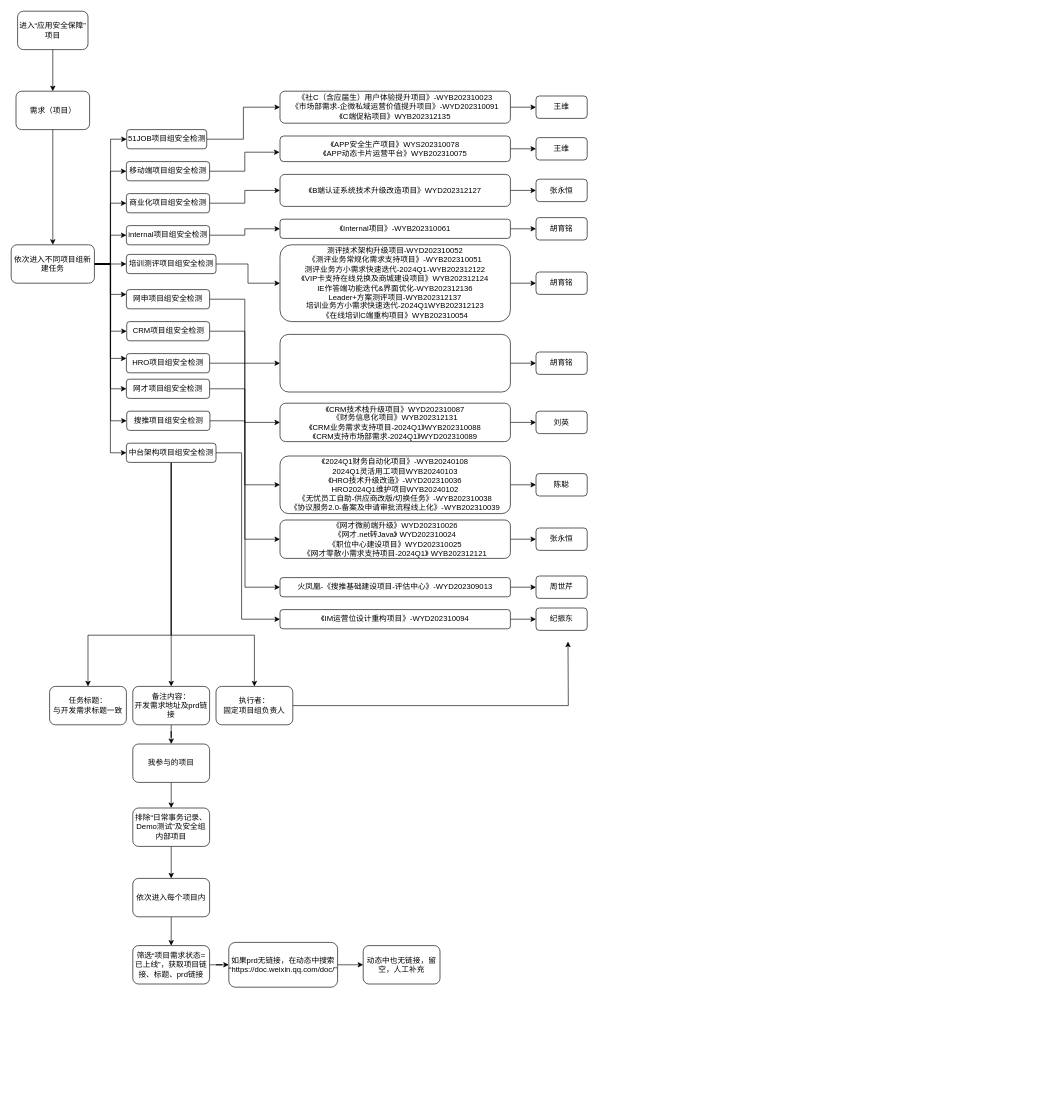
The draw.io diagram tb项目新建.drawio in grayes/draw.io, before the edit. Source tidied: cells renumbered, new cells numbered last; positions are measured from the earlier drawing's top-left corner, leaving out a move shared by most shapes. Both pictures are drawn from the tidied source at 64%, with x=0, y=0 at pixel (11, 11).
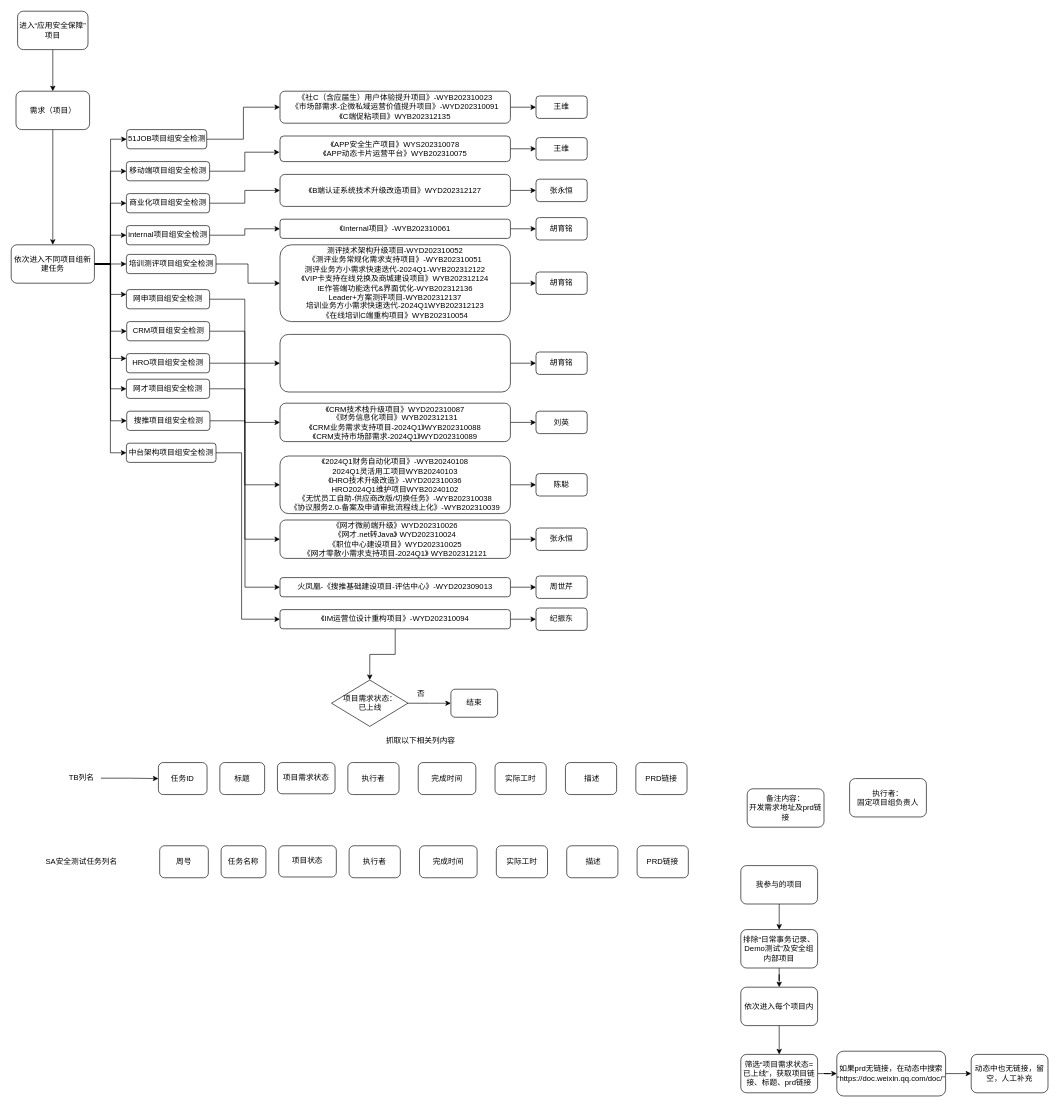
The same diagram, later.

Commit message (it also covers changes not shown here):
更新tb项目新建.drawio

The change refers to these unchanged cells:
```xml
<mxCell id="74" value="中台架构项目组安全检测" style="rounded=1;whiteSpace=wrap;html=1;" parent="1" vertex="1">
  <mxGeometry x="180" y="675" width="140" height="30" as="geometry" />
</mxCell>
<mxCell id="76" value="《IM运营位设计重构项目》-WYD202310094" style="rounded=1;whiteSpace=wrap;html=1;" parent="1" vertex="1">
  <mxGeometry x="420" y="935" width="360" height="30" as="geometry" />
</mxCell>
```

The edit, as a diff of the source:
```diff
@@
     <mxCell id="3" value="我参与的项目" style="rounded=1;whiteSpace=wrap;html=1;" parent="1" vertex="1">
-      <mxGeometry x="190" y="1145" width="120" height="60" as="geometry" />
+      <mxGeometry x="1140" y="1335" width="120" height="60" as="geometry" />
     </mxCell>
@@
     <mxCell id="5" value="排除“日常事务记录、Demo测试”及安全组内部项目" style="rounded=1;whiteSpace=wrap;html=1;" parent="1" vertex="1">
-      <mxGeometry x="190" y="1245" width="120" height="60" as="geometry" />
+      <mxGeometry x="1140" y="1435" width="120" height="60" as="geometry" />
     </mxCell>
@@
     <mxCell id="7" value="依次进入每个项目内" style="rounded=1;whiteSpace=wrap;html=1;" parent="1" vertex="1">
-      <mxGeometry x="190" y="1355" width="120" height="60" as="geometry" />
+      <mxGeometry x="1140" y="1525" width="120" height="60" as="geometry" />
     </mxCell>
@@
     <mxCell id="9" value="筛选“项目需求状态=已上线”，获取项目链接、标题、prd链接" style="rounded=1;whiteSpace=wrap;html=1;" parent="1" vertex="1">
-      <mxGeometry x="190" y="1460" width="120" height="60" as="geometry" />
+      <mxGeometry x="1140" y="1630" width="120" height="60" as="geometry" />
     </mxCell>
@@
     <mxCell id="11" value="如果prd无链接，在动态中搜索“https://doc.weixin.qq.com/doc/”" style="rounded=1;whiteSpace=wrap;html=1;" parent="1" vertex="1">
-      <mxGeometry x="340" y="1455" width="170" height="70" as="geometry" />
+      <mxGeometry x="1290" y="1625" width="170" height="70" as="geometry" />
     </mxCell>
     <mxCell id="12" value="动态中也无链接，留空，人工补充" style="rounded=1;whiteSpace=wrap;html=1;" parent="1" vertex="1">
-      <mxGeometry x="550" y="1460" width="120" height="60" as="geometry" />
+      <mxGeometry x="1500" y="1630" width="120" height="60" as="geometry" />
     </mxCell>
@@
-    <mxCell id="65" value="任务标题：&lt;br&gt;与开发需求标题一致" style="rounded=1;whiteSpace=wrap;html=1;" parent="1" vertex="1">
-      <mxGeometry x="60" y="1055" width="120" height="60" as="geometry" />
+    <mxCell id="65" value="标题" style="rounded=1;whiteSpace=wrap;html=1;" parent="1" vertex="1">
+      <mxGeometry x="326" y="1174" width="70" height="50" as="geometry" />
     </mxCell>
@@
-    <mxCell id="71" style="edgeStyle=orthogonalEdgeStyle;rounded=0;jettySize=auto;html=1;entryX=0.5;entryY=0;entryDx=0;entryDy=0;" parent="1" edge="1" source="74" target="78">
-      <mxGeometry relative="1" as="geometry" />
-    </mxCell>
-    <mxCell id="72" style="edgeStyle=orthogonalEdgeStyle;rounded=0;jettySize=auto;html=1;entryX=0.5;entryY=0;entryDx=0;entryDy=0;" parent="1" edge="1" source="74" target="65">
-      <mxGeometry relative="1" as="geometry">
-        <Array as="points">
-          <mxPoint x="250" y="975" />
-          <mxPoint x="120" y="975" />
-        </Array>
-      </mxGeometry>
-    </mxCell>
-    <mxCell id="73" style="edgeStyle=orthogonalEdgeStyle;rounded=0;jettySize=auto;html=1;" parent="1" edge="1" source="74" target="91">
-      <mxGeometry relative="1" as="geometry">
-        <Array as="points">
-          <mxPoint x="250" y="975" />
-          <mxPoint x="380" y="975" />
-        </Array>
-      </mxGeometry>
-    </mxCell>
@@
+    <mxCell id="92" style="edgeStyle=orthogonalEdgeStyle;rounded=0;jettySize=auto;html=1;entryX=0.5;entryY=0;entryDx=0;entryDy=0;" parent="1" edge="1" source="76" target="113">
+      <mxGeometry relative="1" as="geometry" />
+    </mxCell>
@@
-    <mxCell id="77" style="edgeStyle=orthogonalEdgeStyle;rounded=0;jettySize=auto;html=1;" parent="1" edge="1" source="78" target="3">
-      <mxGeometry relative="1" as="geometry" />
-    </mxCell>
     <mxCell id="78" value="备注内容：&lt;br&gt;开发需求地址及prd链接" style="rounded=1;whiteSpace=wrap;html=1;" parent="1" vertex="1">
-      <mxGeometry x="190" y="1055" width="120" height="60" as="geometry" />
+      <mxGeometry x="1150" y="1215" width="120" height="60" as="geometry" />
     </mxCell>
@@
-    <mxCell id="90" style="edgeStyle=orthogonalEdgeStyle;rounded=0;jettySize=auto;html=1;" parent="1" edge="1" source="91">
-      <mxGeometry relative="1" as="geometry">
-        <mxPoint x="870" y="985" as="targetPoint" />
-      </mxGeometry>
-    </mxCell>
     <mxCell id="91" value="执行者：&lt;br&gt;固定项目组负责人" style="rounded=1;whiteSpace=wrap;html=1;" parent="1" vertex="1">
-      <mxGeometry x="320" y="1055" width="120" height="60" as="geometry" />
+      <mxGeometry x="1310" y="1199" width="120" height="60" as="geometry" />
     </mxCell>
+    <mxCell id="93" value="任务ID" style="rounded=1;whiteSpace=wrap;html=1;" parent="1" vertex="1">
+      <mxGeometry x="230" y="1174" width="76" height="50" as="geometry" />
+    </mxCell>
+    <mxCell id="94" value="抓取以下相关列内容" style="text;html=1;align=center;verticalAlign=middle;whiteSpace=wrap;rounded=0;" parent="1" vertex="1">
+      <mxGeometry x="565" y="1125" width="150" height="30" as="geometry" />
+    </mxCell>
+    <mxCell id="95" value="项目需求状态" style="rounded=1;whiteSpace=wrap;html=1;" parent="1" vertex="1">
+      <mxGeometry x="416" y="1174" width="90" height="48.8" as="geometry" />
+    </mxCell>
+    <mxCell id="96" value="执行者" style="rounded=1;whiteSpace=wrap;html=1;" parent="1" vertex="1">
+      <mxGeometry x="526" y="1174" width="80" height="50" as="geometry" />
+    </mxCell>
+    <mxCell id="97" value="完成时间" style="rounded=1;whiteSpace=wrap;html=1;" parent="1" vertex="1">
+      <mxGeometry x="636" y="1174" width="90" height="50" as="geometry" />
+    </mxCell>
+    <mxCell id="98" value="实际工时" style="rounded=1;whiteSpace=wrap;html=1;" parent="1" vertex="1">
+      <mxGeometry x="756" y="1174" width="80" height="50" as="geometry" />
+    </mxCell>
+    <mxCell id="99" value="&amp;nbsp;描述" style="rounded=1;whiteSpace=wrap;html=1;" parent="1" vertex="1">
+      <mxGeometry x="866" y="1174" width="80" height="50" as="geometry" />
+    </mxCell>
+    <mxCell id="100" value="PRD链接" style="rounded=1;whiteSpace=wrap;html=1;" parent="1" vertex="1">
+      <mxGeometry x="976" y="1174" width="80" height="50" as="geometry" />
+    </mxCell>
+    <mxCell id="101" style="edgeStyle=orthogonalEdgeStyle;rounded=0;jettySize=auto;html=1;" parent="1" edge="1" source="102" target="93">
+      <mxGeometry relative="1" as="geometry" />
+    </mxCell>
+    <mxCell id="102" value="TB列名" style="text;html=1;align=center;verticalAlign=middle;whiteSpace=wrap;rounded=0;" parent="1" vertex="1">
+      <mxGeometry x="80" y="1183.4" width="60" height="30" as="geometry" />
+    </mxCell>
+    <mxCell id="103" value="SA安全测试任务列名" style="text;html=1;align=center;verticalAlign=middle;whiteSpace=wrap;rounded=0;" parent="1" vertex="1">
+      <mxGeometry x="50" y="1318" width="120" height="21" as="geometry" />
+    </mxCell>
+    <mxCell id="104" value="任务名称" style="rounded=1;whiteSpace=wrap;html=1;" parent="1" vertex="1">
+      <mxGeometry x="328" y="1304" width="70" height="50" as="geometry" />
+    </mxCell>
+    <mxCell id="105" value="周号" style="rounded=1;whiteSpace=wrap;html=1;" parent="1" vertex="1">
+      <mxGeometry x="232" y="1304" width="76" height="50" as="geometry" />
+    </mxCell>
+    <mxCell id="106" value="项目状态" style="rounded=1;whiteSpace=wrap;html=1;" parent="1" vertex="1">
+      <mxGeometry x="418" y="1304" width="90" height="48.8" as="geometry" />
+    </mxCell>
+    <mxCell id="107" value="执行者" style="rounded=1;whiteSpace=wrap;html=1;" parent="1" vertex="1">
+      <mxGeometry x="528" y="1304" width="80" height="50" as="geometry" />
+    </mxCell>
+    <mxCell id="108" value="完成时间" style="rounded=1;whiteSpace=wrap;html=1;" parent="1" vertex="1">
+      <mxGeometry x="638" y="1304" width="90" height="50" as="geometry" />
+    </mxCell>
+    <mxCell id="109" value="实际工时" style="rounded=1;whiteSpace=wrap;html=1;" parent="1" vertex="1">
+      <mxGeometry x="758" y="1304" width="80" height="50" as="geometry" />
+    </mxCell>
+    <mxCell id="110" value="&amp;nbsp;描述" style="rounded=1;whiteSpace=wrap;html=1;" parent="1" vertex="1">
+      <mxGeometry x="868" y="1304" width="80" height="50" as="geometry" />
+    </mxCell>
+    <mxCell id="111" value="PRD链接" style="rounded=1;whiteSpace=wrap;html=1;" parent="1" vertex="1">
+      <mxGeometry x="978" y="1304" width="80" height="50" as="geometry" />
+    </mxCell>
+    <mxCell id="112" style="edgeStyle=orthogonalEdgeStyle;rounded=0;jettySize=auto;html=1;" parent="1" edge="1" source="113" target="114">
+      <mxGeometry relative="1" as="geometry" />
+    </mxCell>
+    <mxCell id="113" value="项目需求状态：&lt;div&gt;已上线&lt;/div&gt;" style="rhombus;whiteSpace=wrap;html=1;" parent="1" vertex="1">
+      <mxGeometry x="500.5" y="1045" width="119.5" height="72.5" as="geometry" />
+    </mxCell>
+    <mxCell id="114" value="结束" style="rounded=1;whiteSpace=wrap;html=1;" parent="1" vertex="1">
+      <mxGeometry x="687" y="1059.4" width="73" height="43.8" as="geometry" />
+    </mxCell>
+    <mxCell id="115" value="否" style="text;html=1;align=center;verticalAlign=middle;strokeColor=none;fillColor=none;" parent="1" vertex="1">
+      <mxGeometry x="620" y="1051.2" width="40" height="30" as="geometry" />
+    </mxCell>
```
